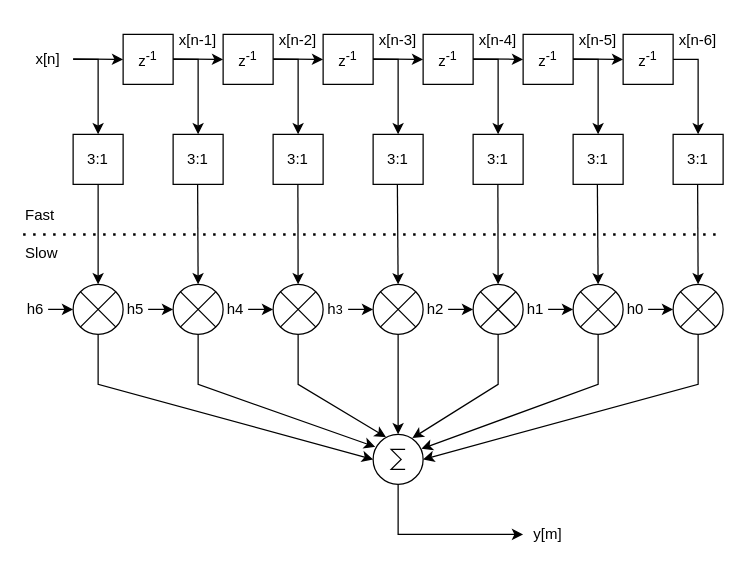
The draw.io diagram page "delay_input_multiply_in_slow_domain" (3 of 7) of assets/polyphase/polyphase.drawio in tomverbeure/tomverbeure.github.io, before the edit. Source tidied: cells renumbered, new cells numbered last; positions are measured from the earlier drawing's top-left corner, leaving out a move shared by most shapes. Both pictures are drawn from the tidied source at 125%, with x=0, y=0 at pixel (22, 21).
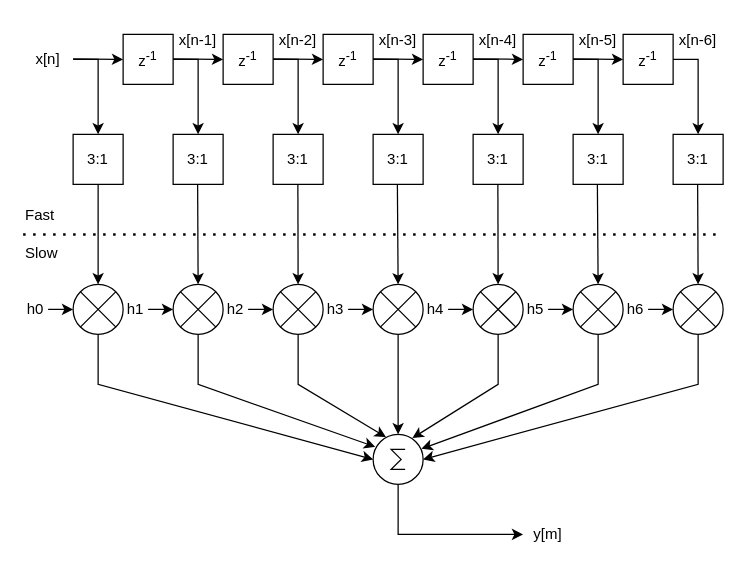
The same page after the edit.

Change to the diagram source:
```diff
@@
-    <mxCell id="6" value="h4" style="text;html=1;strokeColor=none;fillColor=none;align=center;verticalAlign=middle;whiteSpace=wrap;rounded=0;" parent="1" vertex="1">
+    <mxCell id="6" value="h2" style="text;html=1;strokeColor=none;fillColor=none;align=center;verticalAlign=middle;whiteSpace=wrap;rounded=0;" parent="1" vertex="1">
       <mxGeometry x="160" y="220" width="20" height="20" as="geometry" />
     </mxCell>
@@
-    <mxCell id="20" value="h5" style="text;html=1;strokeColor=none;fillColor=none;align=center;verticalAlign=middle;whiteSpace=wrap;rounded=0;" parent="1" vertex="1">
+    <mxCell id="20" value="h1" style="text;html=1;strokeColor=none;fillColor=none;align=center;verticalAlign=middle;whiteSpace=wrap;rounded=0;" parent="1" vertex="1">
       <mxGeometry x="80" y="220" width="20" height="20" as="geometry" />
     </mxCell>
@@
-    <mxCell id="27" value="h6" style="text;html=1;strokeColor=none;fillColor=none;align=center;verticalAlign=middle;whiteSpace=wrap;rounded=0;" parent="1" vertex="1">
+    <mxCell id="27" value="h0" style="text;html=1;strokeColor=none;fillColor=none;align=center;verticalAlign=middle;whiteSpace=wrap;rounded=0;" parent="1" vertex="1">
       <mxGeometry y="220" width="20" height="20" as="geometry" />
     </mxCell>
@@
-    <mxCell id="33" value="h&lt;span style=&quot;font-size: 10px;&quot;&gt;3&lt;/span&gt;" style="text;html=1;strokeColor=none;fillColor=none;align=center;verticalAlign=middle;whiteSpace=wrap;rounded=0;" parent="1" vertex="1">
+    <mxCell id="33" value="h3" style="text;html=1;strokeColor=none;fillColor=none;align=center;verticalAlign=middle;whiteSpace=wrap;rounded=0;" parent="1" vertex="1">
       <mxGeometry x="240" y="220" width="20" height="20" as="geometry" />
     </mxCell>
@@
-    <mxCell id="40" value="h2" style="text;html=1;strokeColor=none;fillColor=none;align=center;verticalAlign=middle;whiteSpace=wrap;rounded=0;" parent="1" vertex="1">
+    <mxCell id="40" value="h4" style="text;html=1;strokeColor=none;fillColor=none;align=center;verticalAlign=middle;whiteSpace=wrap;rounded=0;" parent="1" vertex="1">
       <mxGeometry x="320" y="220" width="20" height="20" as="geometry" />
     </mxCell>
@@
-    <mxCell id="47" value="h1" style="text;html=1;strokeColor=none;fillColor=none;align=center;verticalAlign=middle;whiteSpace=wrap;rounded=0;" parent="1" vertex="1">
+    <mxCell id="47" value="h5" style="text;html=1;strokeColor=none;fillColor=none;align=center;verticalAlign=middle;whiteSpace=wrap;rounded=0;" parent="1" vertex="1">
       <mxGeometry x="400" y="220" width="20" height="20" as="geometry" />
     </mxCell>
@@
-    <mxCell id="53" value="h0" style="text;html=1;strokeColor=none;fillColor=none;align=center;verticalAlign=middle;whiteSpace=wrap;rounded=0;" parent="1" vertex="1">
+    <mxCell id="53" value="h6" style="text;html=1;strokeColor=none;fillColor=none;align=center;verticalAlign=middle;whiteSpace=wrap;rounded=0;" parent="1" vertex="1">
       <mxGeometry x="480" y="220" width="20" height="20" as="geometry" />
     </mxCell>
```
